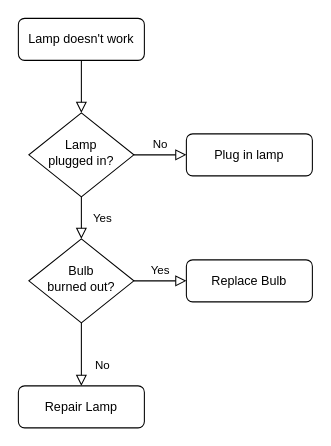
Earlier version of the draw.io diagram Untitled Diagram.drawio (JunyaoPu/draw). Source tidied: cells renumbered, new cells numbered last; positions are measured from the earlier drawing's top-left corner, leaving out a move shared by most shapes. Both pictures are drawn from the tidied source at 105%, with x=0, y=0 at pixel (18, 18).
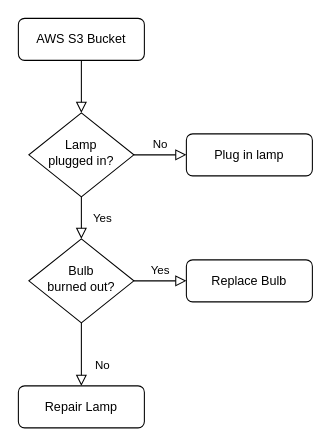
After the change.

What changed in the source:
```diff
@@
 <mxGraphModel>
   <root>
     <mxCell id="0" />
     <mxCell id="1" parent="0" />
     <mxCell id="2" style="rounded=0;html=1;jettySize=auto;fontSize=11;endArrow=block;endFill=0;endSize=8;strokeWidth=1;shadow=0;labelBackgroundColor=none;edgeStyle=orthogonalEdgeStyle;" parent="1" edge="1" source="3" target="6">
       <mxGeometry relative="1" as="geometry" />
     </mxCell>
-    <mxCell id="3" value="Lamp doesn't work" style="rounded=1;whiteSpace=wrap;html=1;fontSize=12;glass=0;strokeWidth=1;shadow=0;" parent="1" vertex="1">
+    <mxCell id="3" value="AWS S3 Bucket" style="rounded=1;whiteSpace=wrap;html=1;fontSize=12;glass=0;strokeWidth=1;shadow=0;" parent="1" vertex="1">
       <mxGeometry width="120" height="40" as="geometry" />
     </mxCell>
     <mxCell id="4" value="Yes" style="rounded=0;html=1;jettySize=auto;fontSize=11;endArrow=block;endFill=0;endSize=8;strokeWidth=1;shadow=0;labelBackgroundColor=none;edgeStyle=orthogonalEdgeStyle;" parent="1" edge="1" source="6" target="10">
       <mxGeometry y="20" relative="1" as="geometry" />
     </mxCell>
     <mxCell id="5" value="No" style="edgeStyle=orthogonalEdgeStyle;rounded=0;html=1;jettySize=auto;fontSize=11;endArrow=block;endFill=0;endSize=8;strokeWidth=1;shadow=0;labelBackgroundColor=none;" parent="1" edge="1" source="6" target="7">
       <mxGeometry y="10" relative="1" as="geometry" />
     </mxCell>
     <mxCell id="6" value="Lamp&lt;br&gt;plugged in?" style="rhombus;whiteSpace=wrap;html=1;shadow=0;fontFamily=Helvetica;fontSize=12;align=center;strokeWidth=1;spacing=6;spacingTop=-4;" parent="1" vertex="1">
       <mxGeometry x="10" y="90" width="100" height="80" as="geometry" />
     </mxCell>
     <mxCell id="7" value="Plug in lamp" style="rounded=1;whiteSpace=wrap;html=1;fontSize=12;glass=0;strokeWidth=1;shadow=0;" parent="1" vertex="1">
       <mxGeometry x="160" y="110" width="120" height="40" as="geometry" />
     </mxCell>
     <mxCell id="8" value="No" style="rounded=0;html=1;jettySize=auto;fontSize=11;endArrow=block;endFill=0;endSize=8;strokeWidth=1;shadow=0;labelBackgroundColor=none;edgeStyle=orthogonalEdgeStyle;" parent="1" edge="1" source="10" target="11">
       <mxGeometry x="0.33" y="20" relative="1" as="geometry" />
     </mxCell>
     <mxCell id="9" value="Yes" style="edgeStyle=orthogonalEdgeStyle;rounded=0;html=1;jettySize=auto;fontSize=11;endArrow=block;endFill=0;endSize=8;strokeWidth=1;shadow=0;labelBackgroundColor=none;" parent="1" edge="1" source="10" target="12">
       <mxGeometry y="10" relative="1" as="geometry" />
     </mxCell>
     <mxCell id="10" value="Bulb&lt;br&gt;burned out?" style="rhombus;whiteSpace=wrap;html=1;shadow=0;fontFamily=Helvetica;fontSize=12;align=center;strokeWidth=1;spacing=6;spacingTop=-4;" parent="1" vertex="1">
       <mxGeometry x="10" y="210" width="100" height="80" as="geometry" />
     </mxCell>
     <mxCell id="11" value="Repair Lamp" style="rounded=1;whiteSpace=wrap;html=1;fontSize=12;glass=0;strokeWidth=1;shadow=0;" parent="1" vertex="1">
       <mxGeometry y="350" width="120" height="40" as="geometry" />
     </mxCell>
     <mxCell id="12" value="Replace Bulb" style="rounded=1;whiteSpace=wrap;html=1;fontSize=12;glass=0;strokeWidth=1;shadow=0;" parent="1" vertex="1">
       <mxGeometry x="160" y="230" width="120" height="40" as="geometry" />
     </mxCell>
   </root>
 </mxGraphModel>
```
